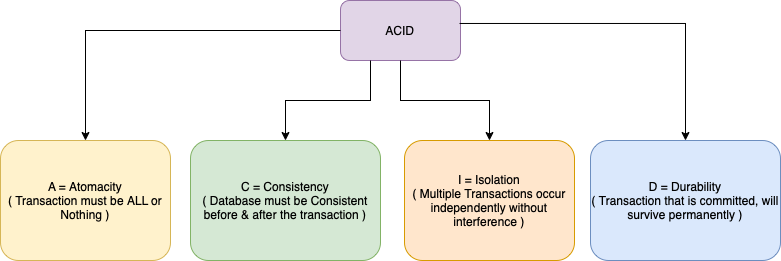
The draw.io diagram 3_DatabaseServices/Glossaries/ACIDTransactions/assets/ACID_Property_DBMS.drawio.png in Anshul619/HLD-System-Designs, before a commit. Source tidied: cells renumbered, new cells last; positions are measured from the earlier drawing's top-left corner, leaving out a move shared by most shapes.
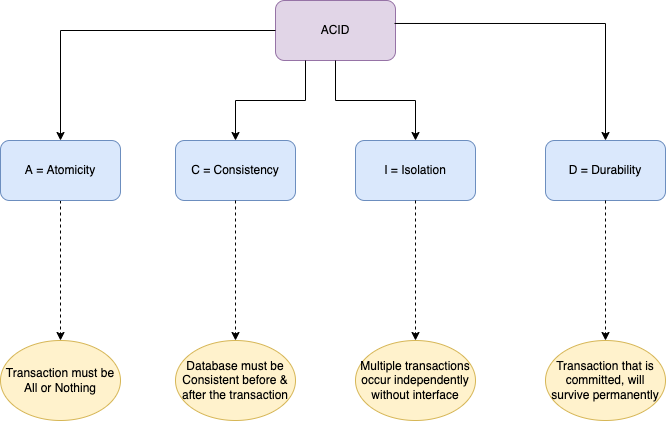
The same file after the commit.

Change to the diagram source:
```diff
@@ -2,32 +2,56 @@
   <root>
     <mxCell id="0" />
     <mxCell id="1" parent="0" />
-    <mxCell id="2" value="A = Atomacity&lt;br&gt;( Transaction must be ALL or Nothing )" style="rounded=1;whiteSpace=wrap;html=1;fillColor=#fff2cc;strokeColor=#d6b656;" parent="1" vertex="1">
-      <mxGeometry y="140" width="170" height="120" as="geometry" />
-    </mxCell>
     <mxCell id="3" value="ACID" style="rounded=1;whiteSpace=wrap;html=1;fillColor=#e1d5e7;strokeColor=#9673a6;" parent="1" vertex="1">
       <mxGeometry x="340" width="120" height="60" as="geometry" />
     </mxCell>
-    <mxCell id="4" style="endArrow=classic;html=1;rounded=0;edgeStyle=orthogonalEdgeStyle;entryX=0.5;entryY=0;entryDx=0;entryDy=0;" parent="1" edge="1" source="3" target="2">
+    <mxCell id="4" style="endArrow=classic;html=1;rounded=0;edgeStyle=orthogonalEdgeStyle;" parent="1" edge="1" source="3" target="13">
       <mxGeometry relative="1" as="geometry" />
     </mxCell>
-    <mxCell id="5" value="C = Consistency&lt;br&gt;( Database must be Consistent before &amp;amp; after the transaction )" style="rounded=1;whiteSpace=wrap;html=1;fillColor=#d5e8d4;strokeColor=#82b366;" parent="1" vertex="1">
-      <mxGeometry x="190" y="140" width="190" height="120" as="geometry" />
-    </mxCell>
-    <mxCell id="6" style="endArrow=classic;html=1;rounded=0;exitX=0.25;exitY=1;exitDx=0;exitDy=0;entryX=0.5;entryY=0;entryDx=0;entryDy=0;edgeStyle=orthogonalEdgeStyle;" parent="1" edge="1" source="3" target="5">
+    <mxCell id="6" style="endArrow=classic;html=1;rounded=0;exitX=0.25;exitY=1;exitDx=0;exitDy=0;entryX=0.5;entryY=0;entryDx=0;entryDy=0;edgeStyle=orthogonalEdgeStyle;" parent="1" edge="1" source="3" target="14">
       <mxGeometry relative="1" as="geometry" />
     </mxCell>
-    <mxCell id="7" value="I = Isolation&lt;br&gt;( Multiple Transactions occur independently without interference )" style="rounded=1;whiteSpace=wrap;html=1;fillColor=#ffe6cc;strokeColor=#d79b00;" parent="1" vertex="1">
-      <mxGeometry x="404" y="140" width="170" height="120" as="geometry" />
-    </mxCell>
-    <mxCell id="8" style="endArrow=classic;html=1;rounded=0;edgeStyle=orthogonalEdgeStyle;" parent="1" edge="1" source="3" target="7">
+    <mxCell id="8" style="endArrow=classic;html=1;rounded=0;edgeStyle=orthogonalEdgeStyle;" parent="1" edge="1" source="3" target="17">
       <mxGeometry relative="1" as="geometry" />
     </mxCell>
-    <mxCell id="9" value="D = Durability&lt;br&gt;( Transaction that is committed, will survive permanently )" style="rounded=1;whiteSpace=wrap;html=1;fillColor=#dae8fc;strokeColor=#6c8ebf;" parent="1" vertex="1">
-      <mxGeometry x="590" y="140" width="190" height="120" as="geometry" />
-    </mxCell>
-    <mxCell id="10" style="endArrow=classic;html=1;rounded=0;exitX=0.992;exitY=0.383;exitDx=0;exitDy=0;exitPerimeter=0;entryX=0.5;entryY=0;entryDx=0;entryDy=0;edgeStyle=orthogonalEdgeStyle;" parent="1" edge="1" source="3" target="9">
+    <mxCell id="10" style="endArrow=classic;html=1;rounded=0;exitX=0.992;exitY=0.383;exitDx=0;exitDy=0;exitPerimeter=0;entryX=0.5;entryY=0;entryDx=0;entryDy=0;edgeStyle=orthogonalEdgeStyle;" parent="1" edge="1" source="3" target="18">
       <mxGeometry relative="1" as="geometry" />
     </mxCell>
+    <mxCell id="11" value="Transaction must be All or Nothing" style="ellipse;whiteSpace=wrap;html=1;fillColor=#fff2cc;strokeColor=#d6b656;" parent="1" vertex="1">
+      <mxGeometry x="65" y="340" width="120" height="80" as="geometry" />
+    </mxCell>
+    <mxCell id="12" style="endArrow=classic;html=1;rounded=0;entryX=0.5;entryY=0;entryDx=0;entryDy=0;exitX=0.5;exitY=1;exitDx=0;exitDy=0;dashed=1;" parent="1" edge="1" source="13" target="11">
+      <mxGeometry relative="1" as="geometry" />
+    </mxCell>
+    <mxCell id="13" value="A = Atomicity" style="rounded=1;whiteSpace=wrap;html=1;fillColor=#dae8fc;strokeColor=#6c8ebf;" parent="1" vertex="1">
+      <mxGeometry x="65" y="140" width="120" height="60" as="geometry" />
+    </mxCell>
+    <mxCell id="14" value="C = Consistency" style="rounded=1;whiteSpace=wrap;html=1;fillColor=#dae8fc;strokeColor=#6c8ebf;" parent="1" vertex="1">
+      <mxGeometry x="240" y="140" width="120" height="60" as="geometry" />
+    </mxCell>
+    <mxCell id="15" value="Database must be Consistent before &amp;amp; after the transaction" style="ellipse;whiteSpace=wrap;html=1;fillColor=#fff2cc;strokeColor=#d6b656;" parent="1" vertex="1">
+      <mxGeometry x="240" y="340" width="120" height="80" as="geometry" />
+    </mxCell>
+    <mxCell id="16" style="endArrow=classic;html=1;rounded=0;entryX=0.5;entryY=0;entryDx=0;entryDy=0;exitX=0.5;exitY=1;exitDx=0;exitDy=0;dashed=1;" parent="1" edge="1" source="14" target="15">
+      <mxGeometry relative="1" as="geometry" />
+    </mxCell>
+    <mxCell id="17" value="I = Isolation" style="rounded=1;whiteSpace=wrap;html=1;fillColor=#dae8fc;strokeColor=#6c8ebf;" parent="1" vertex="1">
+      <mxGeometry x="420" y="140" width="120" height="60" as="geometry" />
+    </mxCell>
+    <mxCell id="18" value="D = Durability" style="rounded=1;whiteSpace=wrap;html=1;fillColor=#dae8fc;strokeColor=#6c8ebf;" parent="1" vertex="1">
+      <mxGeometry x="610" y="140" width="120" height="60" as="geometry" />
+    </mxCell>
+    <mxCell id="19" value="Transaction that is committed, will survive permanently" style="ellipse;whiteSpace=wrap;html=1;fillColor=#fff2cc;strokeColor=#d6b656;" parent="1" vertex="1">
+      <mxGeometry x="610" y="340" width="120" height="80" as="geometry" />
+    </mxCell>
+    <mxCell id="20" style="endArrow=classic;html=1;rounded=0;entryX=0.5;entryY=0;entryDx=0;entryDy=0;exitX=0.5;exitY=1;exitDx=0;exitDy=0;dashed=1;" parent="1" edge="1" source="18" target="19">
+      <mxGeometry relative="1" as="geometry" />
+    </mxCell>
+    <mxCell id="21" value="Multiple transactions occur independently without interface" style="ellipse;whiteSpace=wrap;html=1;fillColor=#fff2cc;strokeColor=#d6b656;" parent="1" vertex="1">
+      <mxGeometry x="420" y="340" width="120" height="80" as="geometry" />
+    </mxCell>
+    <mxCell id="22" style="endArrow=classic;html=1;rounded=0;entryX=0.5;entryY=0;entryDx=0;entryDy=0;exitX=0.5;exitY=1;exitDx=0;exitDy=0;dashed=1;" parent="1" edge="1" source="17" target="21">
+      <mxGeometry relative="1" as="geometry" />
+    </mxCell>
   </root>
 </mxGraphModel>
```
